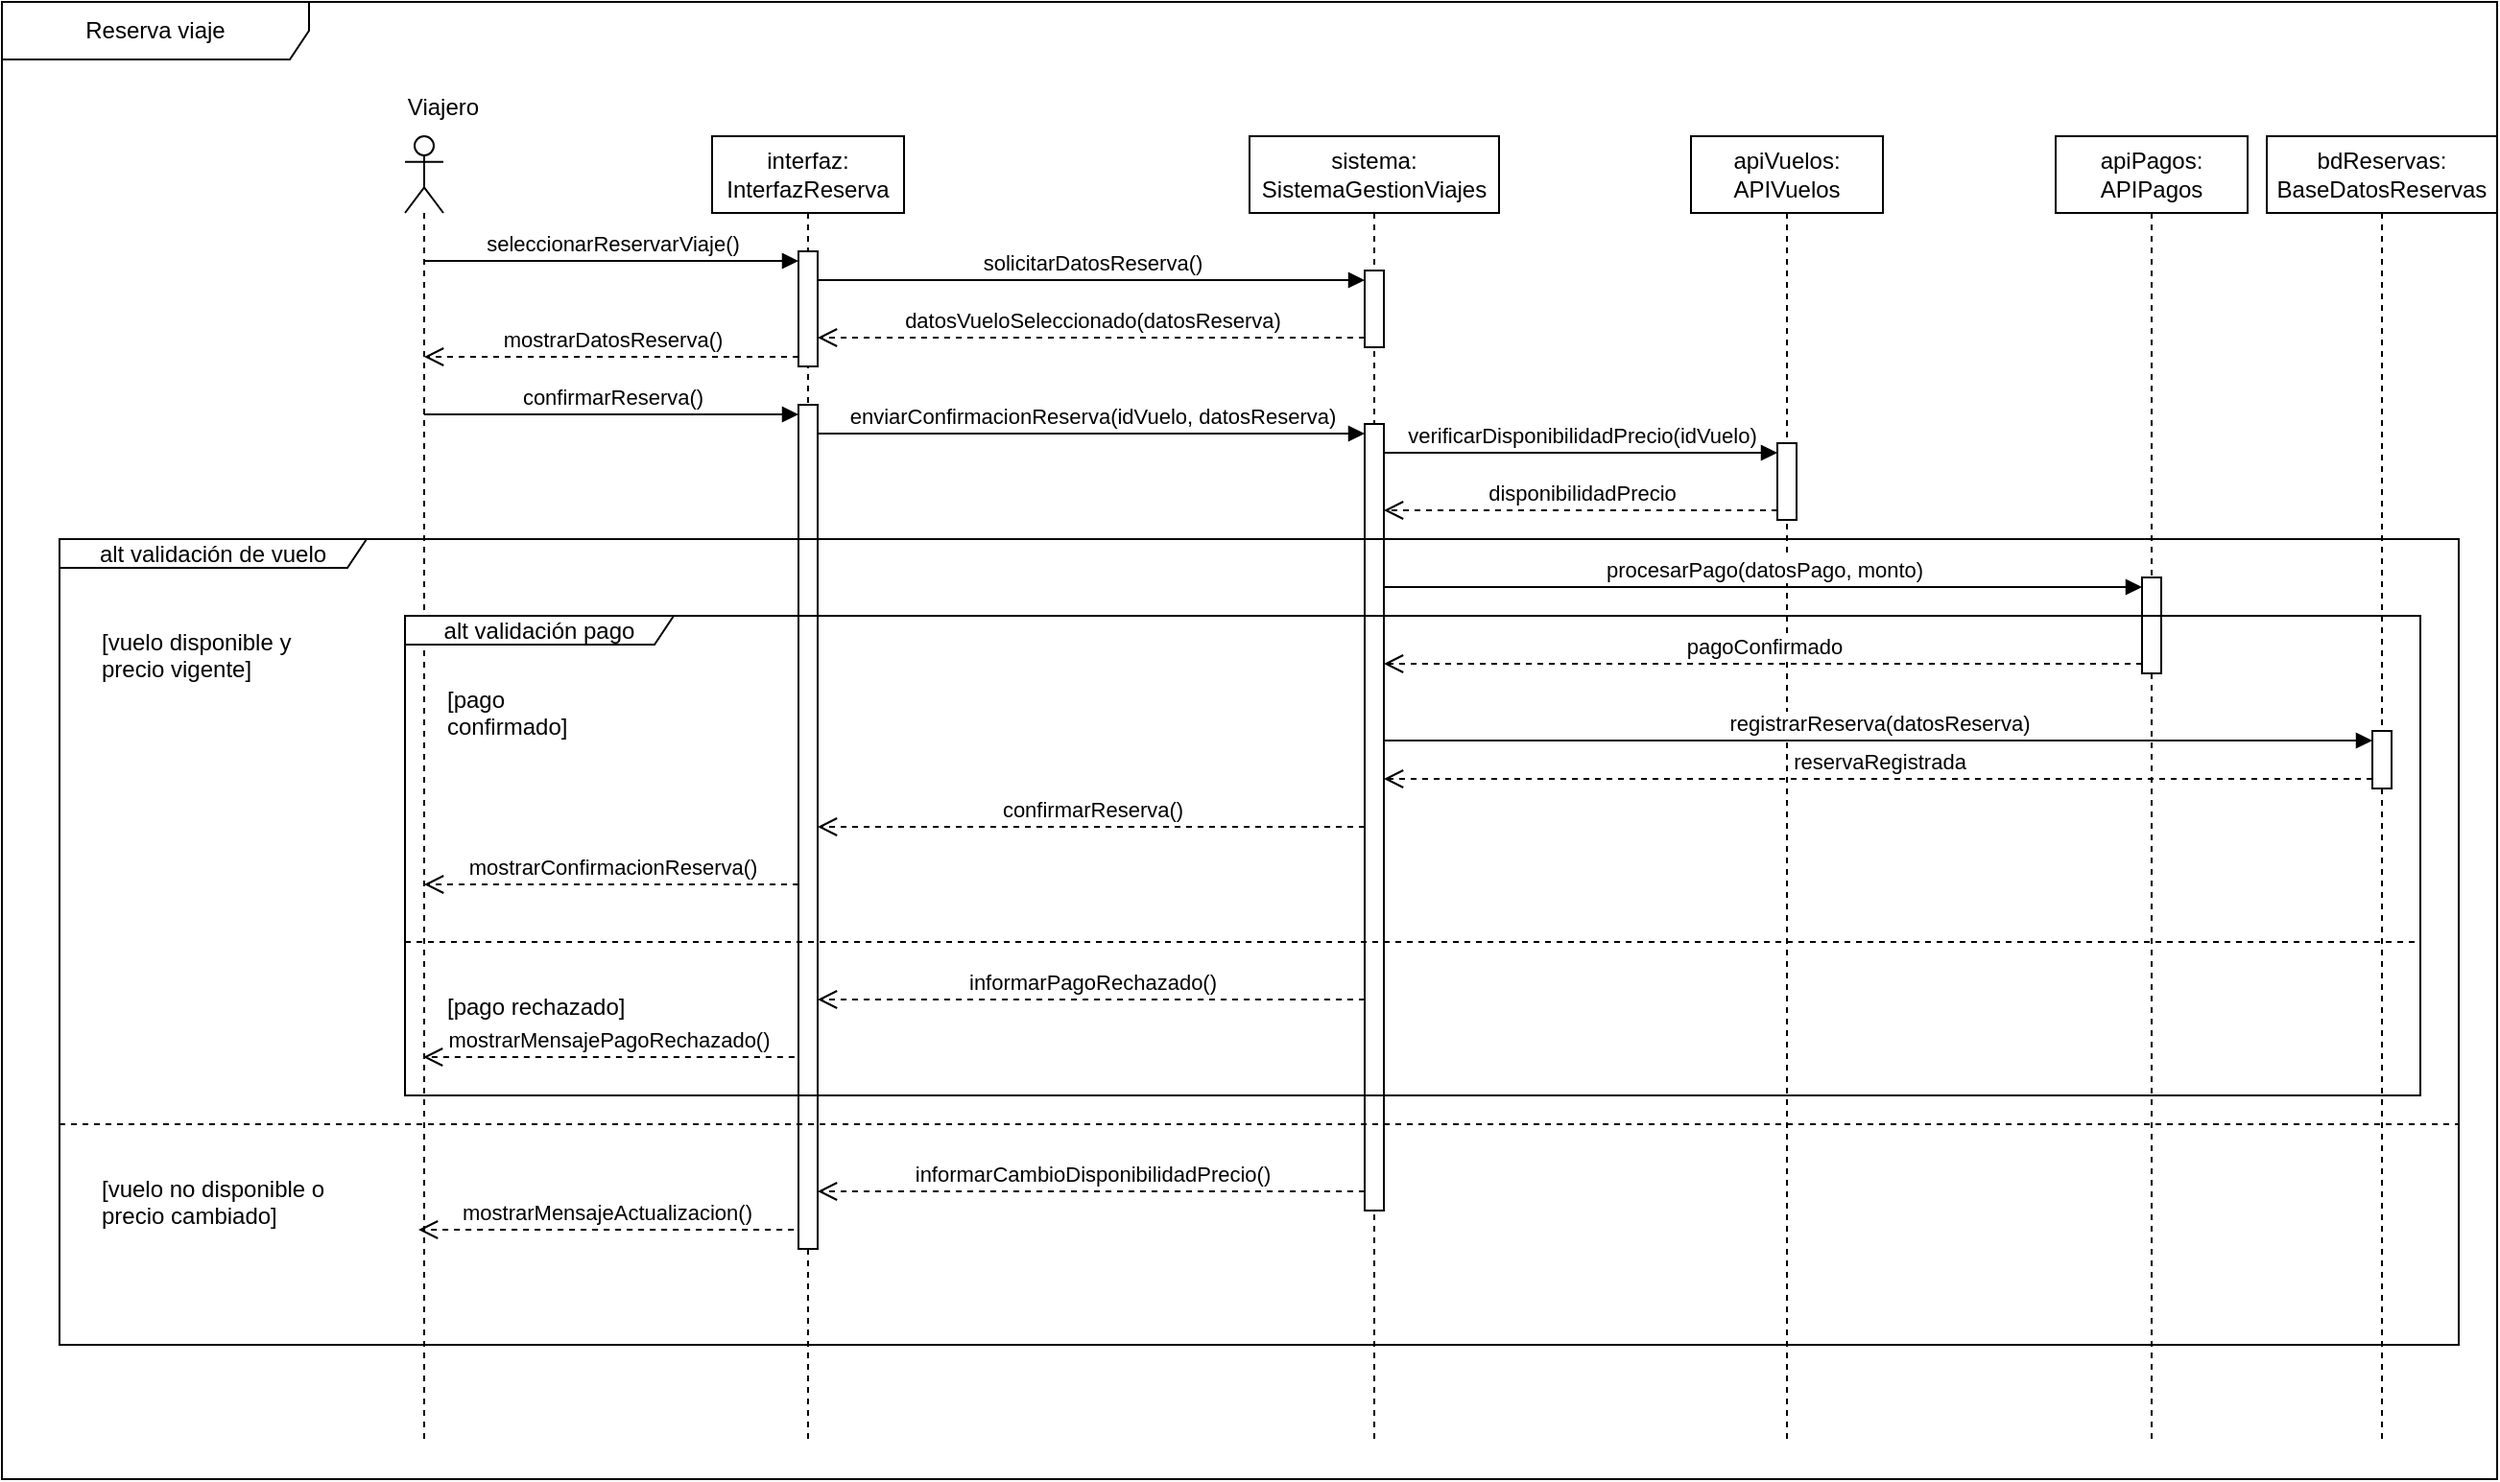
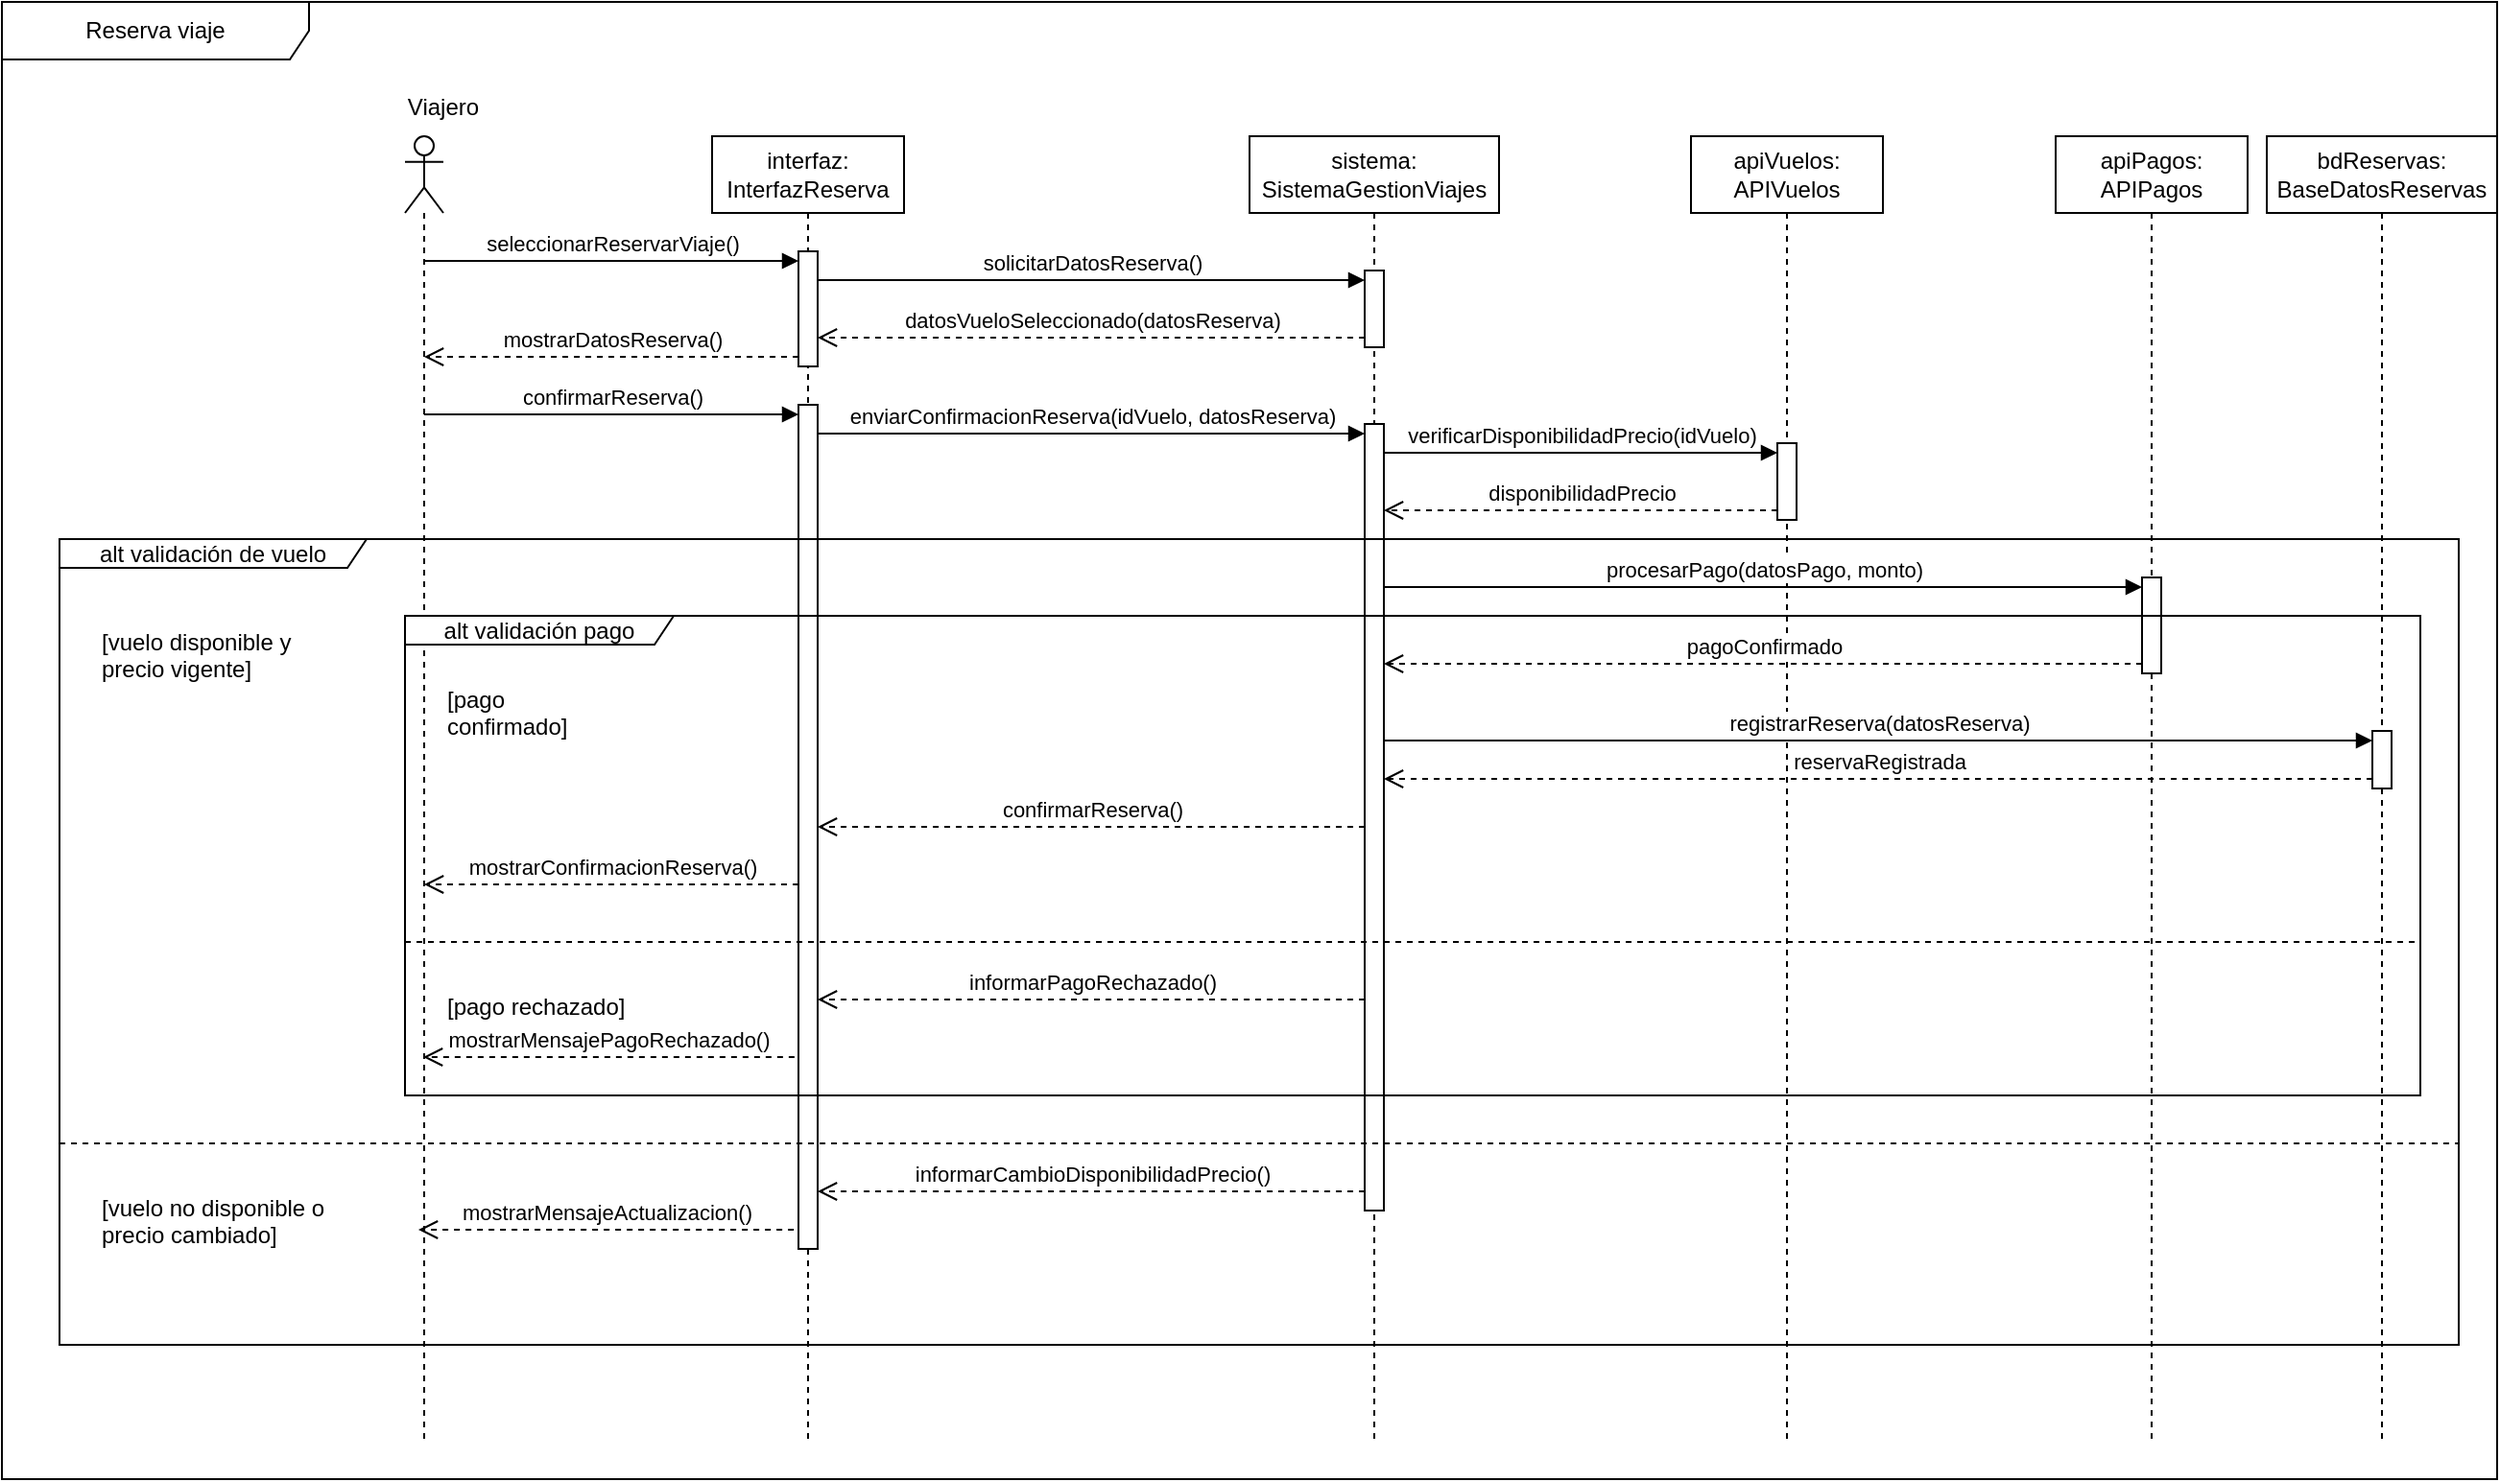
<mxfile host="app.diagrams.net">
  <diagram name="Page-1" id="RD72t6LjuU9YdljJS5gK">
    <mxGraphModel dx="1559" dy="813" grid="1" gridSize="10" guides="1" tooltips="1" connect="1" arrows="1" fold="1" page="1" pageScale="1" pageWidth="850" pageHeight="1100" math="0" shadow="0">
      <root>
        <mxCell id="0" />
        <mxCell id="1" parent="0" />
        <mxCell id="uqaw665QEyW273f3UXCv-1" parent="1" style="shape=umlFrame;whiteSpace=wrap;html=1;pointerEvents=0;recursiveResize=0;container=1;collapsible=0;width=160;" value="Reserva viaje" vertex="1">
          <mxGeometry height="770" width="1300" x="110" y="210" as="geometry" />
        </mxCell>
        <mxCell id="uqaw665QEyW273f3UXCv-2" parent="uqaw665QEyW273f3UXCv-1" style="shape=umlLifeline;perimeter=lifelinePerimeter;whiteSpace=wrap;html=1;container=1;dropTarget=0;collapsible=0;recursiveResize=0;outlineConnect=0;portConstraint=eastwest;newEdgeStyle={&quot;curved&quot;:0,&quot;rounded&quot;:0};participant=umlActor;" value="" vertex="1">
          <mxGeometry height="680" width="20" x="210" y="70" as="geometry" />
        </mxCell>
        <mxCell id="uqaw665QEyW273f3UXCv-4" parent="uqaw665QEyW273f3UXCv-1" style="shape=umlLifeline;perimeter=lifelinePerimeter;whiteSpace=wrap;html=1;container=1;dropTarget=0;collapsible=0;recursiveResize=0;outlineConnect=0;portConstraint=eastwest;newEdgeStyle={&quot;curved&quot;:0,&quot;rounded&quot;:0};" value="&lt;div&gt;&lt;span&gt;interfaz:&lt;/span&gt;&lt;/div&gt;&lt;div&gt;&lt;span&gt;InterfazReserva&lt;/span&gt;&lt;/div&gt;" vertex="1">
          <mxGeometry height="680" width="100" x="370" y="70" as="geometry" />
        </mxCell>
        <mxCell id="uqaw665QEyW273f3UXCv-9" parent="uqaw665QEyW273f3UXCv-4" style="html=1;points=[[0,0,0,0,5],[0,1,0,0,-5],[1,0,0,0,5],[1,1,0,0,-5]];perimeter=orthogonalPerimeter;outlineConnect=0;targetShapes=umlLifeline;portConstraint=eastwest;newEdgeStyle={&quot;curved&quot;:0,&quot;rounded&quot;:0};" value="" vertex="1">
          <mxGeometry height="60" width="10" x="45" y="60" as="geometry" />
        </mxCell>
        <mxCell id="uqaw665QEyW273f3UXCv-17" parent="uqaw665QEyW273f3UXCv-4" style="html=1;points=[[0,0,0,0,5],[0,1,0,0,-5],[1,0,0,0,5],[1,1,0,0,-5]];perimeter=orthogonalPerimeter;outlineConnect=0;targetShapes=umlLifeline;portConstraint=eastwest;newEdgeStyle={&quot;curved&quot;:0,&quot;rounded&quot;:0};" value="" vertex="1">
          <mxGeometry height="440" width="10" x="45" y="140" as="geometry" />
        </mxCell>
        <mxCell id="uqaw665QEyW273f3UXCv-5" parent="uqaw665QEyW273f3UXCv-1" style="shape=umlLifeline;perimeter=lifelinePerimeter;whiteSpace=wrap;html=1;container=1;dropTarget=0;collapsible=0;recursiveResize=0;outlineConnect=0;portConstraint=eastwest;newEdgeStyle={&quot;curved&quot;:0,&quot;rounded&quot;:0};" value="&lt;div&gt;&lt;span&gt;sistema:&lt;/span&gt;&lt;/div&gt;&lt;div&gt;&lt;span&gt;SistemaGestionViajes&lt;/span&gt;&lt;/div&gt;" vertex="1">
          <mxGeometry height="680" width="130" x="650" y="70" as="geometry" />
        </mxCell>
        <mxCell id="uqaw665QEyW273f3UXCv-11" parent="uqaw665QEyW273f3UXCv-5" style="html=1;points=[[0,0,0,0,5],[0,1,0,0,-5],[1,0,0,0,5],[1,1,0,0,-5]];perimeter=orthogonalPerimeter;outlineConnect=0;targetShapes=umlLifeline;portConstraint=eastwest;newEdgeStyle={&quot;curved&quot;:0,&quot;rounded&quot;:0};" value="" vertex="1">
          <mxGeometry height="40" width="10" x="60" y="70" as="geometry" />
        </mxCell>
        <mxCell id="uqaw665QEyW273f3UXCv-18" parent="uqaw665QEyW273f3UXCv-5" style="html=1;points=[[0,0,0,0,5],[0,1,0,0,-5],[1,0,0,0,5],[1,1,0,0,-5]];perimeter=orthogonalPerimeter;outlineConnect=0;targetShapes=umlLifeline;portConstraint=eastwest;newEdgeStyle={&quot;curved&quot;:0,&quot;rounded&quot;:0};" value="" vertex="1">
          <mxGeometry height="410" width="10" x="60" y="150" as="geometry" />
        </mxCell>
        <mxCell id="uqaw665QEyW273f3UXCv-6" parent="uqaw665QEyW273f3UXCv-1" style="shape=umlLifeline;perimeter=lifelinePerimeter;whiteSpace=wrap;html=1;container=1;dropTarget=0;collapsible=0;recursiveResize=0;outlineConnect=0;portConstraint=eastwest;newEdgeStyle={&quot;curved&quot;:0,&quot;rounded&quot;:0};" value="&lt;div&gt;&lt;span&gt;apiVuelos:&lt;/span&gt;&lt;/div&gt;&lt;div&gt;&lt;span&gt;APIVuelos&lt;/span&gt;&lt;/div&gt;" vertex="1">
          <mxGeometry height="680" width="100" x="880" y="70" as="geometry" />
        </mxCell>
        <mxCell id="uqaw665QEyW273f3UXCv-21" parent="uqaw665QEyW273f3UXCv-6" style="html=1;points=[[0,0,0,0,5],[0,1,0,0,-5],[1,0,0,0,5],[1,1,0,0,-5]];perimeter=orthogonalPerimeter;outlineConnect=0;targetShapes=umlLifeline;portConstraint=eastwest;newEdgeStyle={&quot;curved&quot;:0,&quot;rounded&quot;:0};" value="" vertex="1">
          <mxGeometry height="40" width="10" x="45" y="160" as="geometry" />
        </mxCell>
        <mxCell id="uqaw665QEyW273f3UXCv-7" parent="uqaw665QEyW273f3UXCv-1" style="shape=umlLifeline;perimeter=lifelinePerimeter;whiteSpace=wrap;html=1;container=1;dropTarget=0;collapsible=0;recursiveResize=0;outlineConnect=0;portConstraint=eastwest;newEdgeStyle={&quot;curved&quot;:0,&quot;rounded&quot;:0};" value="&lt;div&gt;&lt;span&gt;apiPagos:&lt;/span&gt;&lt;/div&gt;&lt;div&gt;&lt;span&gt;APIPagos&lt;/span&gt;&lt;/div&gt;" vertex="1">
          <mxGeometry height="680" width="100" x="1070" y="70" as="geometry" />
        </mxCell>
        <mxCell id="uqaw665QEyW273f3UXCv-28" parent="uqaw665QEyW273f3UXCv-7" style="html=1;points=[[0,0,0,0,5],[0,1,0,0,-5],[1,0,0,0,5],[1,1,0,0,-5]];perimeter=orthogonalPerimeter;outlineConnect=0;targetShapes=umlLifeline;portConstraint=eastwest;newEdgeStyle={&quot;curved&quot;:0,&quot;rounded&quot;:0};" value="" vertex="1">
          <mxGeometry height="50" width="10" x="45" y="230" as="geometry" />
        </mxCell>
        <mxCell id="uqaw665QEyW273f3UXCv-8" parent="uqaw665QEyW273f3UXCv-1" style="shape=umlLifeline;perimeter=lifelinePerimeter;whiteSpace=wrap;html=1;container=1;dropTarget=0;collapsible=0;recursiveResize=0;outlineConnect=0;portConstraint=eastwest;newEdgeStyle={&quot;curved&quot;:0,&quot;rounded&quot;:0};" value="&lt;div&gt;bdReservas:&lt;/div&gt;&lt;div&gt;BaseDatosReservas&lt;/div&gt;" vertex="1">
          <mxGeometry height="680" width="120" x="1180" y="70" as="geometry" />
        </mxCell>
        <mxCell id="uqaw665QEyW273f3UXCv-37" parent="uqaw665QEyW273f3UXCv-8" style="html=1;points=[[0,0,0,0,5],[0,1,0,0,-5],[1,0,0,0,5],[1,1,0,0,-5]];perimeter=orthogonalPerimeter;outlineConnect=0;targetShapes=umlLifeline;portConstraint=eastwest;newEdgeStyle={&quot;curved&quot;:0,&quot;rounded&quot;:0};" value="" vertex="1">
          <mxGeometry height="30" width="10" x="55" y="310" as="geometry" />
        </mxCell>
        <mxCell id="uqaw665QEyW273f3UXCv-10" edge="1" parent="uqaw665QEyW273f3UXCv-1" source="uqaw665QEyW273f3UXCv-2" style="html=1;verticalAlign=bottom;endArrow=block;curved=0;rounded=0;entryX=0;entryY=0;entryDx=0;entryDy=5;entryPerimeter=0;" target="uqaw665QEyW273f3UXCv-9" value="seleccionarReservarViaje()">
          <mxGeometry relative="1" width="80" as="geometry">
            <mxPoint x="460" y="230" as="sourcePoint" />
            <mxPoint x="540" y="230" as="targetPoint" />
          </mxGeometry>
        </mxCell>
        <mxCell id="uqaw665QEyW273f3UXCv-12" edge="1" parent="uqaw665QEyW273f3UXCv-1" source="uqaw665QEyW273f3UXCv-9" style="html=1;verticalAlign=bottom;endArrow=block;curved=0;rounded=0;entryX=0;entryY=0;entryDx=0;entryDy=5;entryPerimeter=0;" target="uqaw665QEyW273f3UXCv-11" value="solicitarDatosReserva()">
          <mxGeometry relative="1" width="80" as="geometry">
            <mxPoint x="460" y="230" as="sourcePoint" />
            <mxPoint x="540" y="230" as="targetPoint" />
          </mxGeometry>
        </mxCell>
        <mxCell id="uqaw665QEyW273f3UXCv-14" edge="1" parent="uqaw665QEyW273f3UXCv-1" source="uqaw665QEyW273f3UXCv-11" style="html=1;verticalAlign=bottom;endArrow=open;dashed=1;endSize=8;curved=0;rounded=0;exitX=0;exitY=1;exitDx=0;exitDy=-5;exitPerimeter=0;" target="uqaw665QEyW273f3UXCv-9" value="&lt;span&gt;datosVueloSeleccionado(datosReserva)&lt;/span&gt;">
          <mxGeometry relative="1" as="geometry">
            <mxPoint x="550" y="220" as="sourcePoint" />
            <mxPoint x="470" y="220" as="targetPoint" />
          </mxGeometry>
        </mxCell>
        <mxCell id="uqaw665QEyW273f3UXCv-15" edge="1" parent="uqaw665QEyW273f3UXCv-1" source="uqaw665QEyW273f3UXCv-9" style="html=1;verticalAlign=bottom;endArrow=open;dashed=1;endSize=8;curved=0;rounded=0;exitX=0;exitY=1;exitDx=0;exitDy=-5;exitPerimeter=0;" target="uqaw665QEyW273f3UXCv-2" value="mostrarDatosReserva()">
          <mxGeometry relative="1" as="geometry">
            <mxPoint x="400" y="230" as="sourcePoint" />
            <mxPoint x="320" y="230" as="targetPoint" />
          </mxGeometry>
        </mxCell>
        <mxCell id="uqaw665QEyW273f3UXCv-16" edge="1" parent="uqaw665QEyW273f3UXCv-1" source="uqaw665QEyW273f3UXCv-2" style="html=1;verticalAlign=bottom;endArrow=block;curved=0;rounded=0;entryX=0;entryY=0;entryDx=0;entryDy=5;entryPerimeter=0;" target="uqaw665QEyW273f3UXCv-17" value="confirmarReserva()">
          <mxGeometry relative="1" width="80" as="geometry">
            <mxPoint x="370" y="250" as="sourcePoint" />
            <mxPoint x="450" y="250" as="targetPoint" />
          </mxGeometry>
        </mxCell>
        <mxCell id="uqaw665QEyW273f3UXCv-19" edge="1" parent="uqaw665QEyW273f3UXCv-1" source="uqaw665QEyW273f3UXCv-17" style="html=1;verticalAlign=bottom;endArrow=block;curved=0;rounded=0;entryX=0;entryY=0;entryDx=0;entryDy=5;entryPerimeter=0;" target="uqaw665QEyW273f3UXCv-18" value="enviarConfirmacionReserva(idVuelo, datosReserva)">
          <mxGeometry relative="1" width="80" as="geometry">
            <mxPoint x="380" y="250" as="sourcePoint" />
            <mxPoint x="460" y="250" as="targetPoint" />
          </mxGeometry>
        </mxCell>
        <mxCell id="uqaw665QEyW273f3UXCv-20" edge="1" parent="uqaw665QEyW273f3UXCv-1" source="uqaw665QEyW273f3UXCv-18" style="html=1;verticalAlign=bottom;endArrow=block;curved=0;rounded=0;entryX=0;entryY=0;entryDx=0;entryDy=5;entryPerimeter=0;" target="uqaw665QEyW273f3UXCv-21" value="verificarDisponibilidadPrecio(idVuelo)">
          <mxGeometry relative="1" width="80" as="geometry">
            <mxPoint x="730" y="290" as="sourcePoint" />
            <mxPoint x="810" y="290" as="targetPoint" />
          </mxGeometry>
        </mxCell>
        <mxCell id="uqaw665QEyW273f3UXCv-22" edge="1" parent="uqaw665QEyW273f3UXCv-1" source="uqaw665QEyW273f3UXCv-21" style="html=1;verticalAlign=bottom;endArrow=open;dashed=1;endSize=8;curved=0;rounded=0;exitX=0;exitY=1;exitDx=0;exitDy=-5;exitPerimeter=0;" target="uqaw665QEyW273f3UXCv-18" value="&lt;span&gt;disponibilidadPrecio&lt;/span&gt;">
          <mxGeometry relative="1" as="geometry">
            <mxPoint x="800" y="290" as="sourcePoint" />
            <mxPoint x="720" y="290" as="targetPoint" />
          </mxGeometry>
        </mxCell>
        <mxCell id="uqaw665QEyW273f3UXCv-24" parent="uqaw665QEyW273f3UXCv-1" style="shape=umlFrame;whiteSpace=wrap;html=1;pointerEvents=0;recursiveResize=0;container=1;collapsible=0;width=160;height=15;" value="alt validación de vuelo" vertex="1">
          <mxGeometry height="420" width="1250" x="30" y="280" as="geometry" />
        </mxCell>
        <mxCell id="uqaw665QEyW273f3UXCv-25" parent="uqaw665QEyW273f3UXCv-24" style="text;html=1;" value="&lt;div&gt;[vuelo disponible y&lt;/div&gt;&lt;div&gt;precio vigente]&lt;/div&gt;" vertex="1">
          <mxGeometry height="20" relative="1" width="100" as="geometry">
            <mxPoint x="20" y="40" as="offset" />
          </mxGeometry>
        </mxCell>
        <mxCell id="uqaw665QEyW273f3UXCv-32" parent="uqaw665QEyW273f3UXCv-24" style="shape=umlFrame;whiteSpace=wrap;html=1;pointerEvents=0;recursiveResize=0;container=1;collapsible=0;width=140;height=15;" value="alt validación pago" vertex="1">
          <mxGeometry height="250" width="1050" x="180" y="40" as="geometry" />
        </mxCell>
        <mxCell id="uqaw665QEyW273f3UXCv-33" parent="uqaw665QEyW273f3UXCv-32" style="text;html=1;" value="&lt;div&gt;[pago&amp;nbsp;&lt;/div&gt;&lt;div&gt;confirmado]&lt;/div&gt;" vertex="1">
          <mxGeometry height="20" relative="1" width="100" as="geometry">
            <mxPoint x="20" y="30" as="offset" />
          </mxGeometry>
        </mxCell>
        <mxCell id="uqaw665QEyW273f3UXCv-34" parent="uqaw665QEyW273f3UXCv-32" style="line;strokeWidth=1;dashed=1;labelPosition=center;verticalLabelPosition=bottom;align=left;verticalAlign=top;spacingLeft=20;spacingTop=15;html=1;whiteSpace=wrap;" value="&lt;span&gt;    [pago rechazado]&lt;/span&gt;" vertex="1">
          <mxGeometry height="10" width="1050" y="165" as="geometry" />
        </mxCell>
        <mxCell id="uqaw665QEyW273f3UXCv-35" edge="1" parent="uqaw665QEyW273f3UXCv-32" source="uqaw665QEyW273f3UXCv-33" style="edgeStyle=orthogonalEdgeStyle;rounded=0;orthogonalLoop=1;jettySize=auto;html=1;exitX=0.5;exitY=1;exitDx=0;exitDy=0;" target="uqaw665QEyW273f3UXCv-33">
          <mxGeometry relative="1" as="geometry" />
        </mxCell>
        <mxCell id="uqaw665QEyW273f3UXCv-44" edge="1" parent="uqaw665QEyW273f3UXCv-32" style="html=1;verticalAlign=bottom;endArrow=open;dashed=1;endSize=8;curved=0;rounded=0;" target="uqaw665QEyW273f3UXCv-17" value="informarPagoRechazado()">
          <mxGeometry relative="1" as="geometry">
            <mxPoint x="500" y="200" as="sourcePoint" />
            <mxPoint x="270" y="200" as="targetPoint" />
          </mxGeometry>
        </mxCell>
-         <mxCell id="uqaw665QEyW273f3UXCv-26" parent="uqaw665QEyW273f3UXCv-32" style="line;strokeWidth=1;dashed=1;labelPosition=center;verticalLabelPosition=bottom;align=left;verticalAlign=top;spacingLeft=20;spacingTop=15;html=1;whiteSpace=wrap;" value="&lt;div&gt;[vuelo no disponible o&lt;/div&gt;&lt;div&gt;precio cambiado]&lt;/div&gt;" vertex="1">
-           <mxGeometry height="10" width="1250" x="-180" y="260" as="geometry" />
-         </mxCell>
        <mxCell id="uqaw665QEyW273f3UXCv-45" edge="1" parent="uqaw665QEyW273f3UXCv-32" style="html=1;verticalAlign=bottom;endArrow=open;dashed=1;endSize=8;curved=0;rounded=0;" value="mostrarMensajePagoRechazado()">
          <mxGeometry relative="1" as="geometry">
            <mxPoint x="202.93" y="230" as="sourcePoint" />
            <mxPoint x="9.5" y="230" as="targetPoint" />
          </mxGeometry>
        </mxCell>
        <mxCell id="uqaw665QEyW273f3UXCv-47" edge="1" parent="uqaw665QEyW273f3UXCv-32" style="html=1;verticalAlign=bottom;endArrow=open;dashed=1;endSize=8;curved=0;rounded=0;" value="mostrarMensajeActualizacion()">
          <mxGeometry relative="1" as="geometry">
            <mxPoint x="202.55" y="320" as="sourcePoint" />
            <mxPoint x="6.997368421052727" y="320" as="targetPoint" />
          </mxGeometry>
        </mxCell>
        <mxCell id="uqaw665QEyW273f3UXCv-46" edge="1" parent="uqaw665QEyW273f3UXCv-24" style="html=1;verticalAlign=bottom;endArrow=open;dashed=1;endSize=8;curved=0;rounded=0;" value="informarCambioDisponibilidadPrecio()">
          <mxGeometry relative="1" as="geometry">
            <mxPoint x="680" y="340" as="sourcePoint" />
            <mxPoint x="395" y="340" as="targetPoint" />
          </mxGeometry>
+         </mxCell>
+         <mxCell id="uqaw665QEyW273f3UXCv-26" parent="uqaw665QEyW273f3UXCv-24" style="line;strokeWidth=1;dashed=1;labelPosition=center;verticalLabelPosition=bottom;align=left;verticalAlign=top;spacingLeft=20;spacingTop=15;html=1;whiteSpace=wrap;" value="&lt;div&gt;[vuelo no disponible o&lt;/div&gt;&lt;div&gt;precio cambiado]&lt;/div&gt;" vertex="1">
+           <mxGeometry height="10" width="1250" y="310" as="geometry" />
        </mxCell>
        <mxCell id="uqaw665QEyW273f3UXCv-27" edge="1" parent="uqaw665QEyW273f3UXCv-1" source="uqaw665QEyW273f3UXCv-18" style="html=1;verticalAlign=bottom;endArrow=block;curved=0;rounded=0;entryX=0;entryY=0;entryDx=0;entryDy=5;entryPerimeter=0;" target="uqaw665QEyW273f3UXCv-28" value="&lt;span&gt;procesarPago(datosPago, monto)&lt;/span&gt;">
          <mxGeometry relative="1" width="80" as="geometry">
            <mxPoint x="670" y="300" as="sourcePoint" />
            <mxPoint x="750" y="300" as="targetPoint" />
          </mxGeometry>
        </mxCell>
        <mxCell id="uqaw665QEyW273f3UXCv-29" edge="1" parent="uqaw665QEyW273f3UXCv-1" source="uqaw665QEyW273f3UXCv-28" style="html=1;verticalAlign=bottom;endArrow=open;dashed=1;endSize=8;curved=0;rounded=0;exitX=0;exitY=1;exitDx=0;exitDy=-5;exitPerimeter=0;" target="uqaw665QEyW273f3UXCv-18" value="&lt;span&gt;pagoConfirmado&lt;/span&gt;">
          <mxGeometry relative="1" as="geometry">
            <mxPoint x="950" y="370" as="sourcePoint" />
            <mxPoint x="870" y="370" as="targetPoint" />
          </mxGeometry>
        </mxCell>
        <mxCell id="uqaw665QEyW273f3UXCv-36" edge="1" parent="uqaw665QEyW273f3UXCv-1" source="uqaw665QEyW273f3UXCv-18" style="html=1;verticalAlign=bottom;endArrow=block;curved=0;rounded=0;entryX=0;entryY=0;entryDx=0;entryDy=5;entryPerimeter=0;" target="uqaw665QEyW273f3UXCv-37" value="registrarReserva(datosReserva)">
          <mxGeometry relative="1" width="80" as="geometry">
            <mxPoint x="900" y="370" as="sourcePoint" />
            <mxPoint x="980" y="370" as="targetPoint" />
          </mxGeometry>
        </mxCell>
        <mxCell id="uqaw665QEyW273f3UXCv-40" edge="1" parent="uqaw665QEyW273f3UXCv-1" source="uqaw665QEyW273f3UXCv-37" style="html=1;verticalAlign=bottom;endArrow=open;dashed=1;endSize=8;curved=0;rounded=0;exitX=0;exitY=1;exitDx=0;exitDy=-5;exitPerimeter=0;" target="uqaw665QEyW273f3UXCv-18" value="&lt;span&gt;reservaRegistrada&lt;/span&gt;">
          <mxGeometry relative="1" as="geometry">
            <mxPoint x="1050" y="430" as="sourcePoint" />
            <mxPoint x="970" y="430" as="targetPoint" />
          </mxGeometry>
        </mxCell>
        <mxCell id="uqaw665QEyW273f3UXCv-42" edge="1" parent="uqaw665QEyW273f3UXCv-1" source="uqaw665QEyW273f3UXCv-18" style="html=1;verticalAlign=bottom;endArrow=open;dashed=1;endSize=8;curved=0;rounded=0;" target="uqaw665QEyW273f3UXCv-17" value="confirmarReserva()">
          <mxGeometry relative="1" as="geometry">
            <Array as="points">
              <mxPoint x="570" y="430" />
            </Array>
            <mxPoint x="610" y="440" as="sourcePoint" />
            <mxPoint x="530" y="440" as="targetPoint" />
          </mxGeometry>
        </mxCell>
        <mxCell id="uqaw665QEyW273f3UXCv-43" edge="1" parent="uqaw665QEyW273f3UXCv-1" source="uqaw665QEyW273f3UXCv-17" style="html=1;verticalAlign=bottom;endArrow=open;dashed=1;endSize=8;curved=0;rounded=0;" target="uqaw665QEyW273f3UXCv-2" value="mostrarConfirmacionReserva()">
          <mxGeometry relative="1" as="geometry">
            <Array as="points">
              <mxPoint x="310" y="460" />
            </Array>
            <mxPoint x="390" y="460" as="sourcePoint" />
            <mxPoint x="310" y="460" as="targetPoint" />
          </mxGeometry>
        </mxCell>
        <mxCell id="uqaw665QEyW273f3UXCv-3" parent="1" style="text;html=1;whiteSpace=wrap;strokeColor=none;fillColor=none;align=center;verticalAlign=middle;rounded=0;" value="Viajero" vertex="1">
          <mxGeometry height="30" width="60" x="310" y="250" as="geometry" />
        </mxCell>
      </root>
    </mxGraphModel>
  </diagram>
</mxfile>
